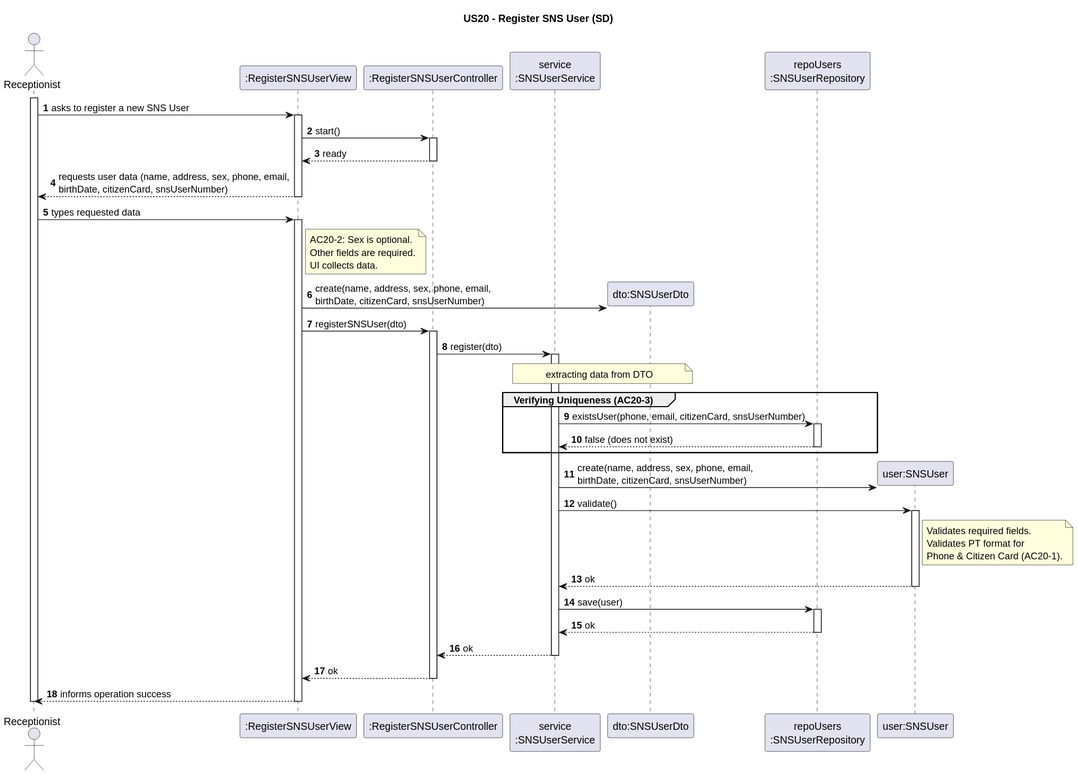
This is docs/system-documentation/US20/svg/US20-SD.svg from luluisfcm/leti-esoft-25-26-B5, a PlantUML export, as it was before one commit.
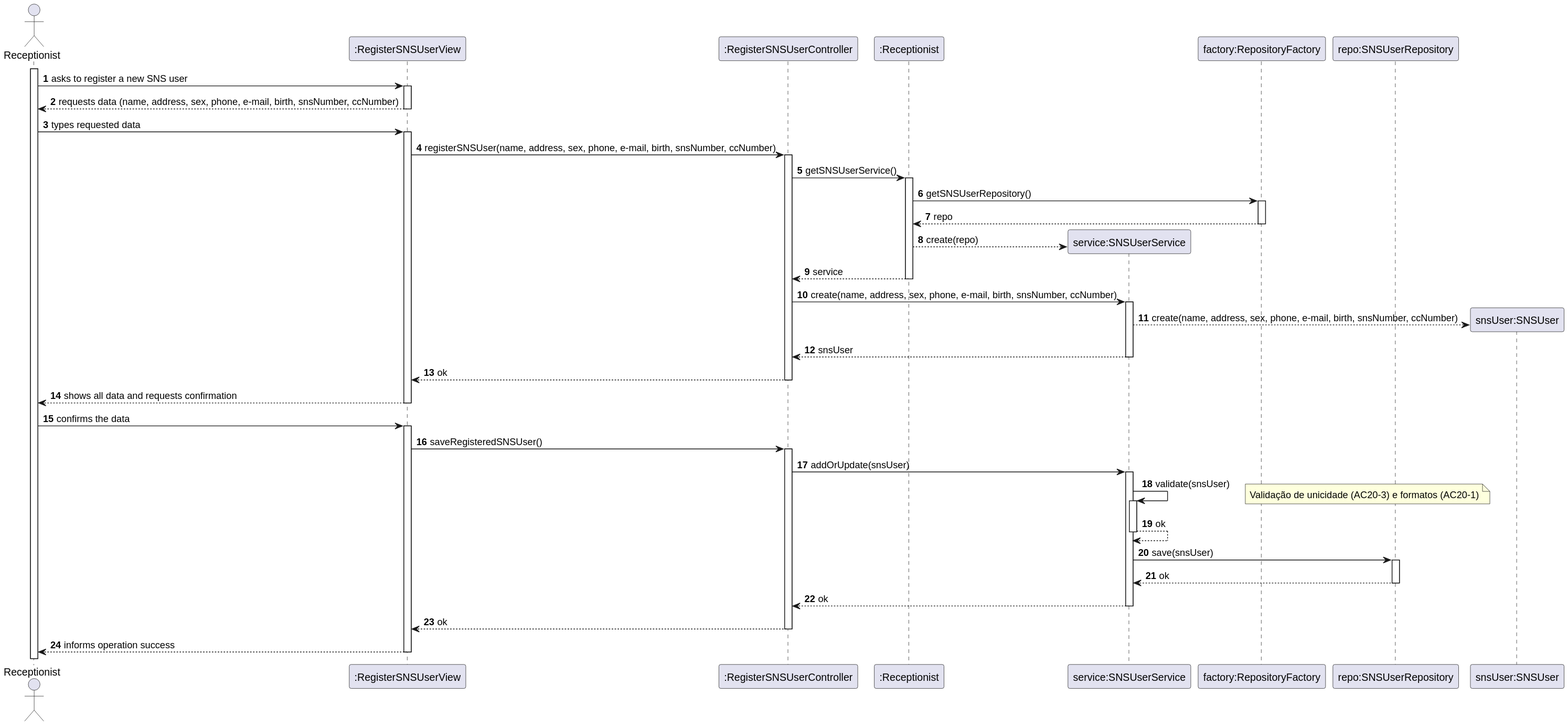
After the change.

Diff of the diagram source:
```diff
@@ -1,81 +1,48 @@
 @startuml
-title US20 - Register SNS User (SD)
+autoactivate on
 autonumber
 
-actor "Receptionist" as Rec
-participant ":RegisterSNSUserView" as UI
+actor "Receptionist" as User
+participant ":RegisterSNSUserView" as System
 participant ":RegisterSNSUserController" as Ctrl
-participant "service\n:SNSUserService" as Svc
-participant "dto:SNSUserDto" as DTO
-participant "repoUsers\n:SNSUserRepository" as Repo
-participant "user:SNSUser" as Dom
+participant ":Receptionist" as Receptionist
+participant "service:SNSUserService" as Service
+participant "factory:RepositoryFactory" as Factory
+participant "repo:SNSUserRepository" as Repo
+participant "snsUser:SNSUser" as SNSUser
 
-activate Rec
+activate User
 
-Rec -> UI : asks to register a new SNS User
-activate UI
+User -> System: asks to register a new SNS user
+System --> User: requests data (name, address, sex, phone, e-mail, birth, snsNumber, ccNumber)
 
-UI -> Ctrl : start()
-activate Ctrl
-Ctrl --> UI : ready
-deactivate Ctrl
+User -> System: types requested data
+System -> Ctrl: registerSNSUser(name, address, sex, phone, e-mail, birth, snsNumber, ccNumber)
 
-UI --> Rec : requests user data (name, address, sex, phone, email,\nbirthDate, citizenCard, snsUserNumber)
-deactivate UI
+Ctrl -> Receptionist: getSNSUserService()
+Receptionist -> Factory : getSNSUserRepository()
+Factory --> Receptionist: repo
+Receptionist --> Service**: create(repo)
+Receptionist --> Ctrl: service
 
-Rec -> UI : types requested data
-activate UI
+Ctrl -> Service: create(name, address, sex, phone, e-mail, birth, snsNumber, ccNumber)
+Service --> SNSUser**: create(name, address, sex, phone, e-mail, birth, snsNumber, ccNumber)
+Service --> Ctrl: snsUser
 
-    note right of UI
-        AC20-2: Sex is optional.
-        Other fields are required.
-        UI collects data.
-    end note
+Ctrl --> System: ok
+System --> User: shows all data and requests confirmation
 
-    UI -> DTO** : create(name, address, sex, phone, email,\nbirthDate, citizenCard, snsUserNumber)
+User -> System: confirms the data
+System -> Ctrl: saveRegisteredSNSUser()
 
-    UI -> Ctrl : registerSNSUser(dto)
-    activate Ctrl
+Ctrl -> Service: addOrUpdate(snsUser)
+Service -> Service : validate(snsUser)
+note right: Validação de unicidade (AC20-3) e formatos (AC20-1)
+Service --> Service : ok
 
-        Ctrl -> Svc : register(dto)
-        activate Svc
-
-            note over Svc, DTO
-                extracting data from DTO
-            end note
-
-            group Verifying Uniqueness (AC20-3)
-                Svc -> Repo : existsUser(phone, email, citizenCard, snsUserNumber)
-                activate Repo
-                Repo --> Svc : false (does not exist)
-                deactivate Repo
-            end
-
-            Svc -> Dom** : create(name, address, sex, phone, email,\nbirthDate, citizenCard, snsUserNumber)
-
-            Svc -> Dom : validate()
-            activate Dom
-                note right of Dom
-                    Validates required fields.
-                    Validates PT format for
-                    Phone & Citizen Card (AC20-1).
-                end note
-            Dom --> Svc : ok
-            deactivate Dom
-
-            Svc -> Repo : save(user)
-            activate Repo
-            Repo --> Svc : ok
-            deactivate Repo
-
-        Svc --> Ctrl : ok
-        deactivate Svc
-
-    Ctrl --> UI : ok
-    deactivate Ctrl
-
-UI --> Rec : informs operation success
-deactivate UI
-
-deactivate Rec
+Service -> Repo: save(snsUser)
+Repo --> Service : ok
+Service --> Ctrl: ok
+Ctrl --> System: ok
+System --> User: informs operation success
 @enduml
```
